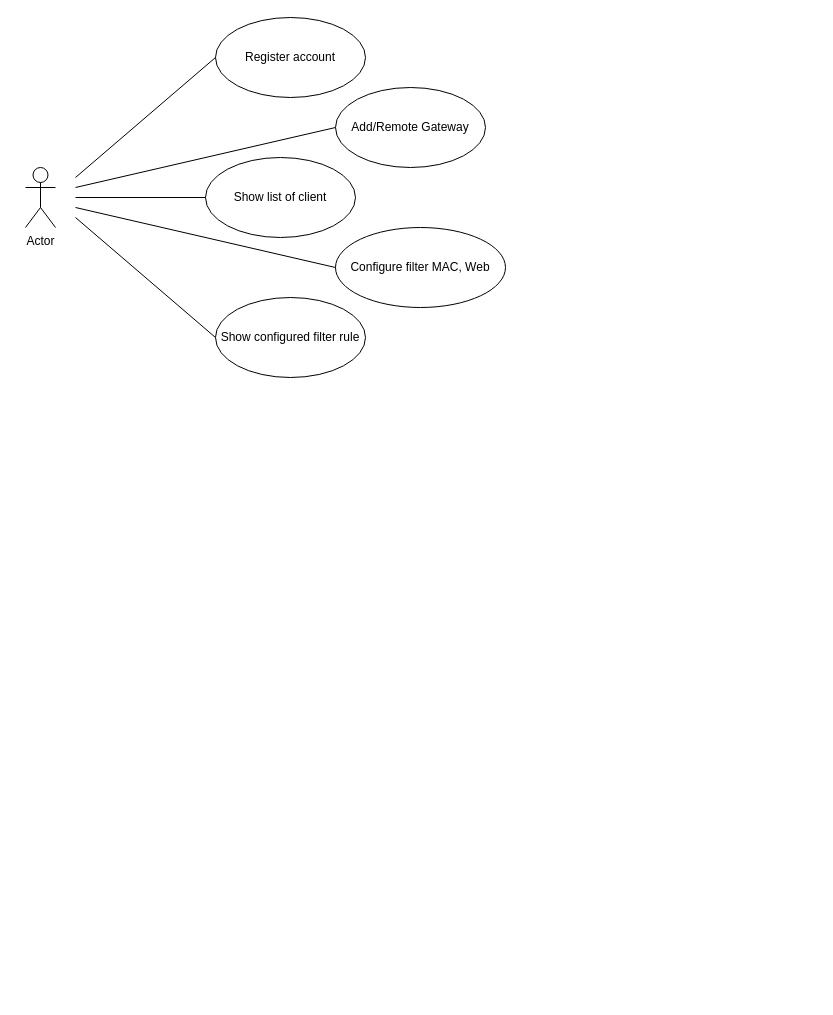
Earlier version of the draw.io diagram Untitled Diagram.drawio (nhatdevemb/Image_galerry). Source tidied: cells renumbered, new cells numbered last; positions are measured from the earlier drawing's top-left corner, leaving out a move shared by most shapes. Both pictures are drawn from the tidied source at 100%, with x=0, y=0 at pixel (25, 17).
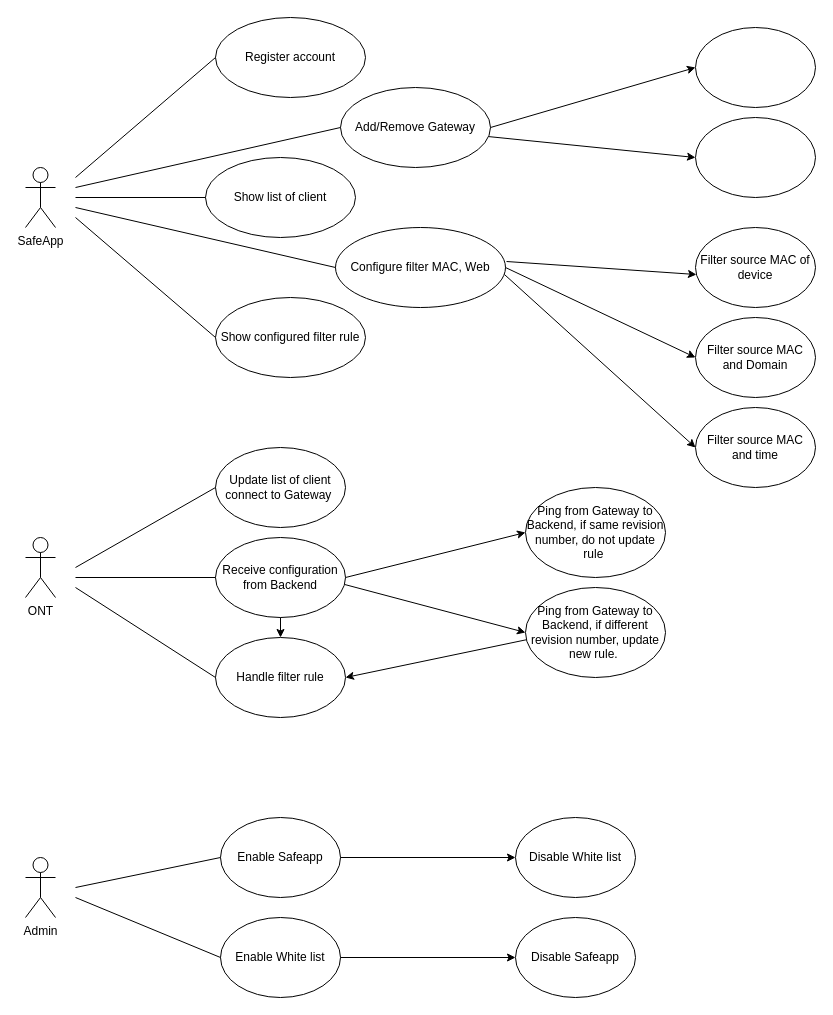
The same page after the edit.

Unchanged cells that the change refers to:
```xml
<mxCell id="6" value="Configure filter MAC, Web" style="ellipse;whiteSpace=wrap;html=1;" parent="1" vertex="1">
  <mxGeometry x="310" y="210" width="170" height="80" as="geometry" />
</mxCell>
```

The edit, as a diff of the source:
```diff
@@
-    <mxCell id="2" value="Actor" style="shape=umlActor;verticalLabelPosition=bottom;verticalAlign=top;html=1;" parent="1" vertex="1">
+    <mxCell id="2" value="SafeApp" style="shape=umlActor;verticalLabelPosition=bottom;verticalAlign=top;html=1;" parent="1" vertex="1">
       <mxGeometry y="150" width="30" height="60" as="geometry" />
     </mxCell>
@@
-    <mxCell id="5" value="Add/Remote Gateway" style="ellipse;whiteSpace=wrap;html=1;" parent="1" vertex="1">
-      <mxGeometry x="310" y="70" width="150" height="80" as="geometry" />
+    <mxCell id="5" value="Add/Remove Gateway" style="ellipse;whiteSpace=wrap;html=1;" parent="1" vertex="1">
+      <mxGeometry x="315" y="70" width="150" height="80" as="geometry" />
     </mxCell>
@@
+    <mxCell id="13" value="ONT" style="shape=umlActor;verticalLabelPosition=bottom;verticalAlign=top;html=1;" parent="1" vertex="1">
+      <mxGeometry y="520" width="30" height="60" as="geometry" />
+    </mxCell>
+    <mxCell id="14" value="Filter source MAC of device" style="ellipse;whiteSpace=wrap;html=1;" parent="1" vertex="1">
+      <mxGeometry x="670" y="210" width="120" height="80" as="geometry" />
+    </mxCell>
+    <mxCell id="15" value="Filter source MAC and Domain" style="ellipse;whiteSpace=wrap;html=1;" parent="1" vertex="1">
+      <mxGeometry x="670" y="300" width="120" height="80" as="geometry" />
+    </mxCell>
+    <mxCell id="16" value="Filter source MAC and time" style="ellipse;whiteSpace=wrap;html=1;" parent="1" vertex="1">
+      <mxGeometry x="670" y="390" width="120" height="80" as="geometry" />
+    </mxCell>
+    <mxCell id="17" style="endArrow=classic;html=1;rounded=0;entryX=0.008;entryY=0.588;entryDx=0;entryDy=0;entryPerimeter=0;exitX=1.006;exitY=0.425;exitDx=0;exitDy=0;exitPerimeter=0;" parent="1" edge="1" source="6" target="14">
+      <mxGeometry relative="1" as="geometry" />
+    </mxCell>
+    <mxCell id="18" style="endArrow=classic;html=1;rounded=0;entryX=0;entryY=0.5;entryDx=0;entryDy=0;exitX=1;exitY=0.5;exitDx=0;exitDy=0;" parent="1" edge="1" source="6" target="15">
+      <mxGeometry relative="1" as="geometry" />
+    </mxCell>
+    <mxCell id="19" style="endArrow=classic;html=1;rounded=0;entryX=0;entryY=0.5;entryDx=0;entryDy=0;exitX=0.994;exitY=0.588;exitDx=0;exitDy=0;exitPerimeter=0;" parent="1" edge="1" source="6" target="16">
+      <mxGeometry relative="1" as="geometry" />
+    </mxCell>
+    <mxCell id="20" value="Update list of client connect to Gateway&amp;nbsp;" style="ellipse;whiteSpace=wrap;html=1;" parent="1" vertex="1">
+      <mxGeometry x="190" y="430" width="130" height="80" as="geometry" />
+    </mxCell>
+    <mxCell id="21" value="Receive configuration from Backend" style="ellipse;whiteSpace=wrap;html=1;" parent="1" vertex="1">
+      <mxGeometry x="190" y="520" width="130" height="80" as="geometry" />
+    </mxCell>
+    <mxCell id="22" value="Handle filter rule" style="ellipse;whiteSpace=wrap;html=1;" parent="1" vertex="1">
+      <mxGeometry x="190" y="620" width="130" height="80" as="geometry" />
+    </mxCell>
+    <mxCell id="23" style="endArrow=none;html=1;rounded=0;entryX=0;entryY=0.5;entryDx=0;entryDy=0;" parent="1" edge="1" target="20">
+      <mxGeometry relative="1" as="geometry">
+        <mxPoint x="50" y="550" as="sourcePoint" />
+      </mxGeometry>
+    </mxCell>
+    <mxCell id="24" style="endArrow=none;html=1;rounded=0;entryX=0;entryY=0.5;entryDx=0;entryDy=0;" parent="1" edge="1" target="21">
+      <mxGeometry relative="1" as="geometry">
+        <mxPoint x="50" y="560" as="sourcePoint" />
+      </mxGeometry>
+    </mxCell>
+    <mxCell id="25" style="endArrow=none;html=1;rounded=0;entryX=0;entryY=0.5;entryDx=0;entryDy=0;" parent="1" edge="1" target="22">
+      <mxGeometry relative="1" as="geometry">
+        <mxPoint x="50" y="570" as="sourcePoint" />
+      </mxGeometry>
+    </mxCell>
+    <mxCell id="26" value="Ping from Gateway to Backend, if same revision number, do not update rule&amp;nbsp;" style="ellipse;whiteSpace=wrap;html=1;" parent="1" vertex="1">
+      <mxGeometry x="500" y="470" width="140" height="90" as="geometry" />
+    </mxCell>
+    <mxCell id="27" style="endArrow=classic;html=1;rounded=0;entryX=0;entryY=0.5;entryDx=0;entryDy=0;exitX=1;exitY=0.5;exitDx=0;exitDy=0;" parent="1" edge="1" source="21" target="26">
+      <mxGeometry relative="1" as="geometry" />
+    </mxCell>
+    <mxCell id="28" value="&lt;span&gt;Ping from Gateway to Backend, if different revision number, update new rule.&amp;nbsp;&lt;/span&gt;" style="ellipse;whiteSpace=wrap;html=1;" parent="1" vertex="1">
+      <mxGeometry x="500" y="570" width="140" height="90" as="geometry" />
+    </mxCell>
+    <mxCell id="29" style="endArrow=classic;html=1;rounded=0;entryX=0;entryY=0.5;entryDx=0;entryDy=0;exitX=0.995;exitY=0.588;exitDx=0;exitDy=0;exitPerimeter=0;" parent="1" edge="1" source="21" target="28">
+      <mxGeometry relative="1" as="geometry" />
+    </mxCell>
+    <mxCell id="30" style="endArrow=classic;html=1;rounded=0;entryX=1;entryY=0.5;entryDx=0;entryDy=0;exitX=0.005;exitY=0.581;exitDx=0;exitDy=0;exitPerimeter=0;" parent="1" edge="1" source="28" target="22">
+      <mxGeometry relative="1" as="geometry" />
+    </mxCell>
+    <mxCell id="31" style="endArrow=classic;html=1;rounded=0;entryX=0.5;entryY=0;entryDx=0;entryDy=0;exitX=0.5;exitY=1;exitDx=0;exitDy=0;" parent="1" edge="1" source="21" target="22">
+      <mxGeometry relative="1" as="geometry" />
+    </mxCell>
+    <mxCell id="32" value="Admin" style="shape=umlActor;verticalLabelPosition=bottom;verticalAlign=top;html=1;" parent="1" vertex="1">
+      <mxGeometry y="840" width="30" height="60" as="geometry" />
+    </mxCell>
+    <mxCell id="33" value="Enable Safeapp" style="ellipse;whiteSpace=wrap;html=1;" parent="1" vertex="1">
+      <mxGeometry x="195" y="800" width="120" height="80" as="geometry" />
+    </mxCell>
+    <mxCell id="34" value="Enable White list" style="ellipse;whiteSpace=wrap;html=1;" parent="1" vertex="1">
+      <mxGeometry x="195" y="900" width="120" height="80" as="geometry" />
+    </mxCell>
+    <mxCell id="35" style="endArrow=none;html=1;rounded=0;entryX=0;entryY=0.5;entryDx=0;entryDy=0;" parent="1" edge="1" target="33">
+      <mxGeometry relative="1" as="geometry">
+        <mxPoint x="50" y="870" as="sourcePoint" />
+      </mxGeometry>
+    </mxCell>
+    <mxCell id="36" style="endArrow=none;html=1;rounded=0;entryX=0;entryY=0.5;entryDx=0;entryDy=0;" parent="1" edge="1" target="34">
+      <mxGeometry relative="1" as="geometry">
+        <mxPoint x="50" y="880" as="sourcePoint" />
+      </mxGeometry>
+    </mxCell>
+    <mxCell id="37" value="Disable White list" style="ellipse;whiteSpace=wrap;html=1;" parent="1" vertex="1">
+      <mxGeometry x="490" y="800" width="120" height="80" as="geometry" />
+    </mxCell>
+    <mxCell id="38" value="Disable Safeapp" style="ellipse;whiteSpace=wrap;html=1;" parent="1" vertex="1">
+      <mxGeometry x="490" y="900" width="120" height="80" as="geometry" />
+    </mxCell>
+    <mxCell id="39" style="endArrow=classic;html=1;rounded=0;entryX=0;entryY=0.5;entryDx=0;entryDy=0;exitX=1;exitY=0.5;exitDx=0;exitDy=0;" parent="1" edge="1" source="33" target="37">
+      <mxGeometry relative="1" as="geometry" />
+    </mxCell>
+    <mxCell id="40" style="endArrow=classic;html=1;rounded=0;entryX=0;entryY=0.5;entryDx=0;entryDy=0;exitX=1;exitY=0.5;exitDx=0;exitDy=0;" parent="1" edge="1" source="34" target="38">
+      <mxGeometry relative="1" as="geometry" />
+    </mxCell>
+    <mxCell id="41" style="ellipse;whiteSpace=wrap;html=1;" parent="1" vertex="1">
+      <mxGeometry x="670" y="100" width="120" height="80" as="geometry" />
+    </mxCell>
+    <mxCell id="42" style="ellipse;whiteSpace=wrap;html=1;" parent="1" vertex="1">
+      <mxGeometry x="670" y="10" width="120" height="80" as="geometry" />
+    </mxCell>
+    <mxCell id="43" style="endArrow=classic;html=1;rounded=0;entryX=0;entryY=0.5;entryDx=0;entryDy=0;exitX=1;exitY=0.5;exitDx=0;exitDy=0;" parent="1" edge="1" source="5" target="42">
+      <mxGeometry relative="1" as="geometry" />
+    </mxCell>
+    <mxCell id="44" style="endArrow=classic;html=1;rounded=0;entryX=0;entryY=0.5;entryDx=0;entryDy=0;exitX=0.989;exitY=0.614;exitDx=0;exitDy=0;exitPerimeter=0;" parent="1" edge="1" source="5" target="41">
+      <mxGeometry relative="1" as="geometry" />
+    </mxCell>
```
